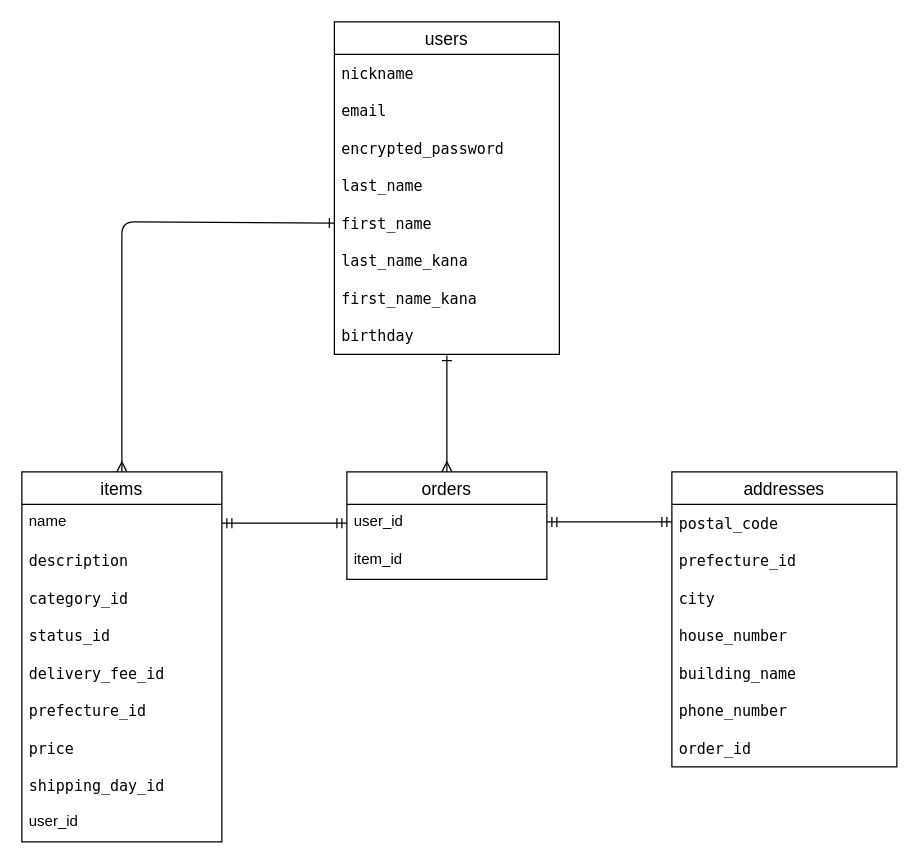
Before: furima_er.dio in Sh1n-TERA/furima-42613, a draw.io diagram. Source tidied: cells renumbered, new cells numbered last; positions are measured from the earlier drawing's top-left corner, leaving out a move shared by most shapes. Both pictures are drawn from the tidied source at 125%, with x=0, y=0 at pixel (21, 21).
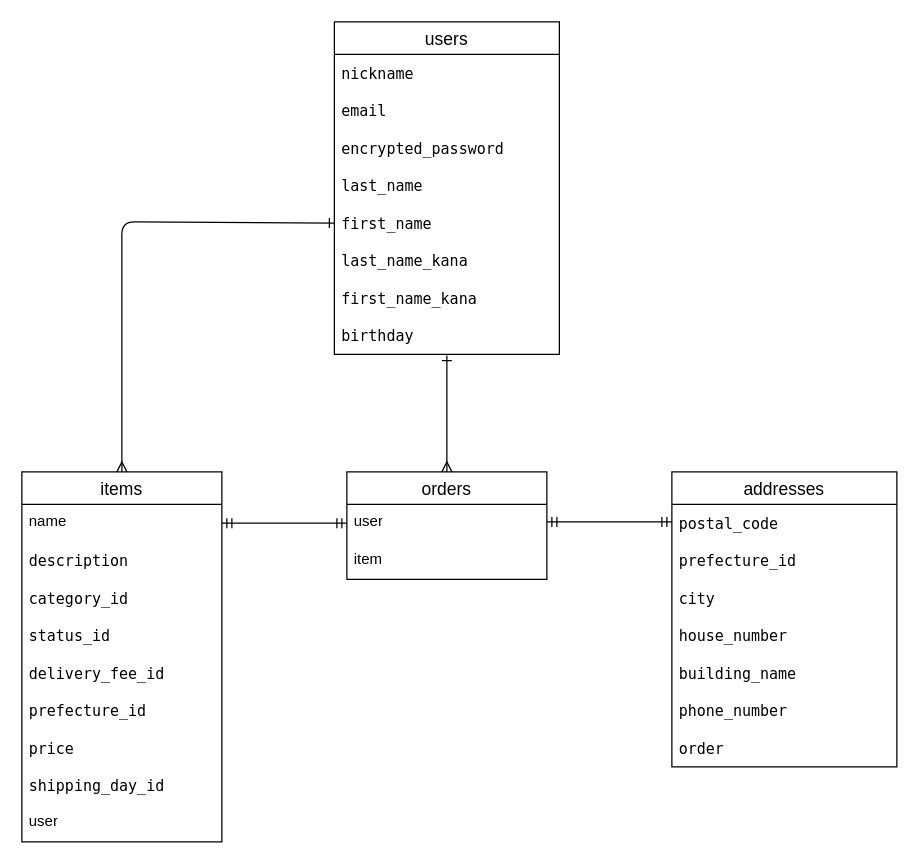
The same diagram, later.

Commit message:
ER図修正（外部キーの_id表記削除）

The change refers to these unchanged cells:
```xml
<mxCell id="11" value="items" style="swimlane;fontStyle=0;horizontal=1;startSize=26;align=center;fontSize=14;" parent="1" vertex="1">
  <mxGeometry y="360" width="160" height="296" as="geometry" />
</mxCell>
<mxCell id="21" value="orders" style="swimlane;fontStyle=0;horizontal=1;startSize=26;align=center;fontSize=14;" parent="1" vertex="1">
  <mxGeometry x="260" y="360" width="160" height="86" as="geometry" />
</mxCell>
<mxCell id="24" value="addresses" style="swimlane;fontStyle=0;horizontal=1;startSize=26;align=center;fontSize=14;" parent="1" vertex="1">
  <mxGeometry x="520" y="360" width="180" height="236" as="geometry" />
</mxCell>
```

Change to the diagram source:
```diff
@@
-    <mxCell id="20" value="user_id" style="text;strokeColor=none;fillColor=none;spacingLeft=4;spacingRight=4;overflow=hidden;fontSize=12;whiteSpace=wrap;html=1;fontColor=#000000;labelBackgroundColor=none;" parent="11" vertex="1">
+    <mxCell id="20" value="user" style="text;strokeColor=none;fillColor=none;spacingLeft=4;spacingRight=4;overflow=hidden;fontSize=12;whiteSpace=wrap;html=1;fontColor=#000000;labelBackgroundColor=none;" parent="11" vertex="1">
       <mxGeometry y="266" width="160" height="30" as="geometry" />
     </mxCell>
@@
-    <mxCell id="22" value="user_id" style="text;strokeColor=none;fillColor=none;spacingLeft=4;spacingRight=4;overflow=hidden;points=[[0,0.5],[1,0.5]];portConstraint=eastwest;fontSize=12;whiteSpace=wrap;html=1;" parent="21" vertex="1">
+    <mxCell id="22" value="user" style="text;strokeColor=none;fillColor=none;spacingLeft=4;spacingRight=4;overflow=hidden;points=[[0,0.5],[1,0.5]];portConstraint=eastwest;fontSize=12;whiteSpace=wrap;html=1;" parent="21" vertex="1">
       <mxGeometry y="26" width="160" height="30" as="geometry" />
     </mxCell>
-    <mxCell id="23" value="item_id" style="text;strokeColor=none;fillColor=none;spacingLeft=4;spacingRight=4;overflow=hidden;fontSize=12;whiteSpace=wrap;html=1;" parent="21" vertex="1">
+    <mxCell id="23" value="item" style="text;strokeColor=none;fillColor=none;spacingLeft=4;spacingRight=4;overflow=hidden;fontSize=12;whiteSpace=wrap;html=1;" parent="21" vertex="1">
       <mxGeometry y="56" width="160" height="30" as="geometry" />
     </mxCell>
@@
-    <mxCell id="31" value="&lt;div style=&quot;font-family: Menlo, Monaco, &amp;quot;Courier New&amp;quot;, monospace; line-height: 18px; white-space: pre;&quot;&gt;&lt;div style=&quot;line-height: 18px;&quot;&gt;&lt;span style=&quot;&quot;&gt;order_id&lt;/span&gt;&lt;/div&gt;&lt;/div&gt;" style="text;strokeColor=none;fillColor=none;spacingLeft=4;spacingRight=4;overflow=hidden;fontSize=12;whiteSpace=wrap;html=1;fontColor=#000000;labelBackgroundColor=none;" parent="24" vertex="1">
+    <mxCell id="31" value="&lt;div style=&quot;font-family: Menlo, Monaco, &amp;quot;Courier New&amp;quot;, monospace; line-height: 18px; white-space: pre;&quot;&gt;&lt;div style=&quot;line-height: 18px;&quot;&gt;&lt;span style=&quot;&quot;&gt;order&lt;/span&gt;&lt;/div&gt;&lt;/div&gt;" style="text;strokeColor=none;fillColor=none;spacingLeft=4;spacingRight=4;overflow=hidden;fontSize=12;whiteSpace=wrap;html=1;fontColor=#000000;labelBackgroundColor=none;" parent="24" vertex="1">
       <mxGeometry y="206" width="180" height="30" as="geometry" />
     </mxCell>
```
